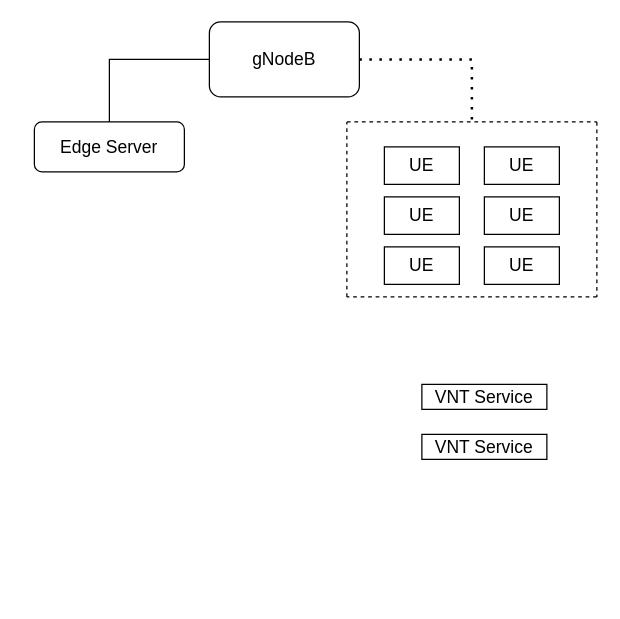
Earlier version of the draw.io diagram Edge_Internet_Structure.drawio (108703054nccu/Edge_Computing_Schedule). Source tidied: cells renumbered, new cells numbered last; positions are measured from the earlier drawing's top-left corner, leaving out a move shared by most shapes. Both pictures are drawn from the tidied source at 125%, with x=0, y=0 at pixel (34, 21).
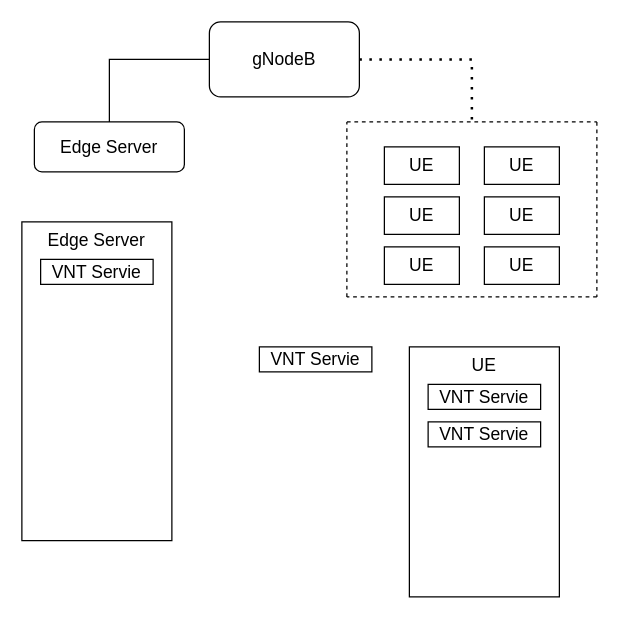
The same page after the edit.

The edit, as a diff of the source:
```diff
@@
-    <mxCell id="16" value="VNT Service&lt;br&gt;" style="rounded=0;whiteSpace=wrap;html=1;fontSize=14;" parent="1" vertex="1">
-      <mxGeometry x="310" y="290" width="100" height="20" as="geometry" />
-    </mxCell>
-    <mxCell id="17" value="VNT Service&lt;br&gt;" style="rounded=0;whiteSpace=wrap;html=1;fontSize=14;" parent="1" vertex="1">
-      <mxGeometry x="310" y="330" width="100" height="20" as="geometry" />
-    </mxCell>
+    <mxCell id="18" value="UE" style="rounded=0;whiteSpace=wrap;html=1;fontSize=14;verticalAlign=top;" parent="1" vertex="1">
+      <mxGeometry x="300" y="260" width="120" height="200" as="geometry" />
+    </mxCell>
+    <mxCell id="19" value="VNT Servie" style="rounded=0;whiteSpace=wrap;html=1;fontSize=14;" parent="1" vertex="1">
+      <mxGeometry x="315" y="290" width="90" height="20" as="geometry" />
+    </mxCell>
+    <mxCell id="20" value="VNT Servie" style="rounded=0;whiteSpace=wrap;html=1;fontSize=14;" parent="1" vertex="1">
+      <mxGeometry x="315" y="320" width="90" height="20" as="geometry" />
+    </mxCell>
+    <mxCell id="21" value="Edge Server" style="rounded=0;whiteSpace=wrap;html=1;fontSize=14;verticalAlign=top;" parent="1" vertex="1">
+      <mxGeometry x="-10" y="160" width="120" height="255" as="geometry" />
+    </mxCell>
+    <mxCell id="22" value="VNT Servie" style="rounded=0;whiteSpace=wrap;html=1;fontSize=14;" parent="1" vertex="1">
+      <mxGeometry x="5" y="190" width="90" height="20" as="geometry" />
+    </mxCell>
+    <mxCell id="23" value="VNT Servie" style="rounded=0;whiteSpace=wrap;html=1;fontSize=14;" parent="1" vertex="1">
+      <mxGeometry x="180" y="260" width="90" height="20" as="geometry" />
+    </mxCell>
```
